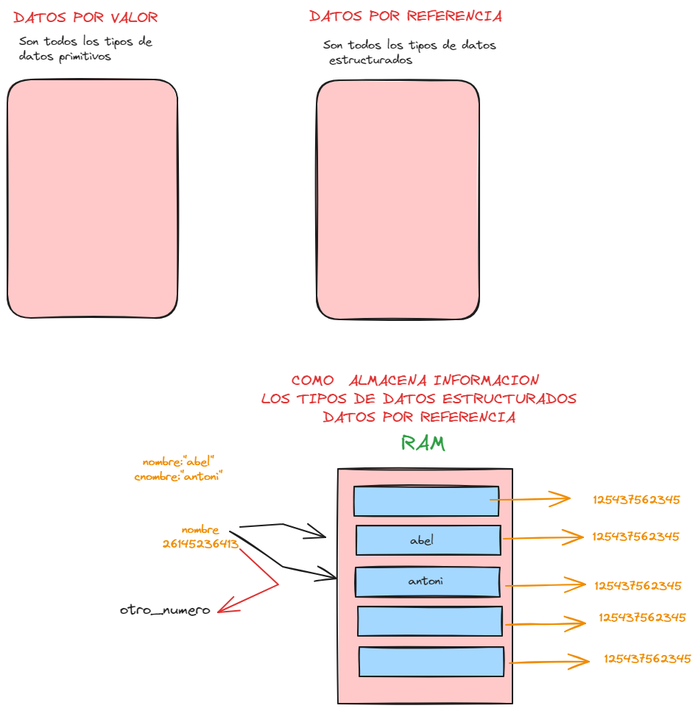
Earlier version of the Excalidraw export TIPOS_DATOS_ESTRUCTURADOS/.excalidraw.png (929275209/curso_python2). Source tidied: one line per element, renumbered; positions are measured from the earlier drawing's top-left corner, leaving out a move shared by most shapes.
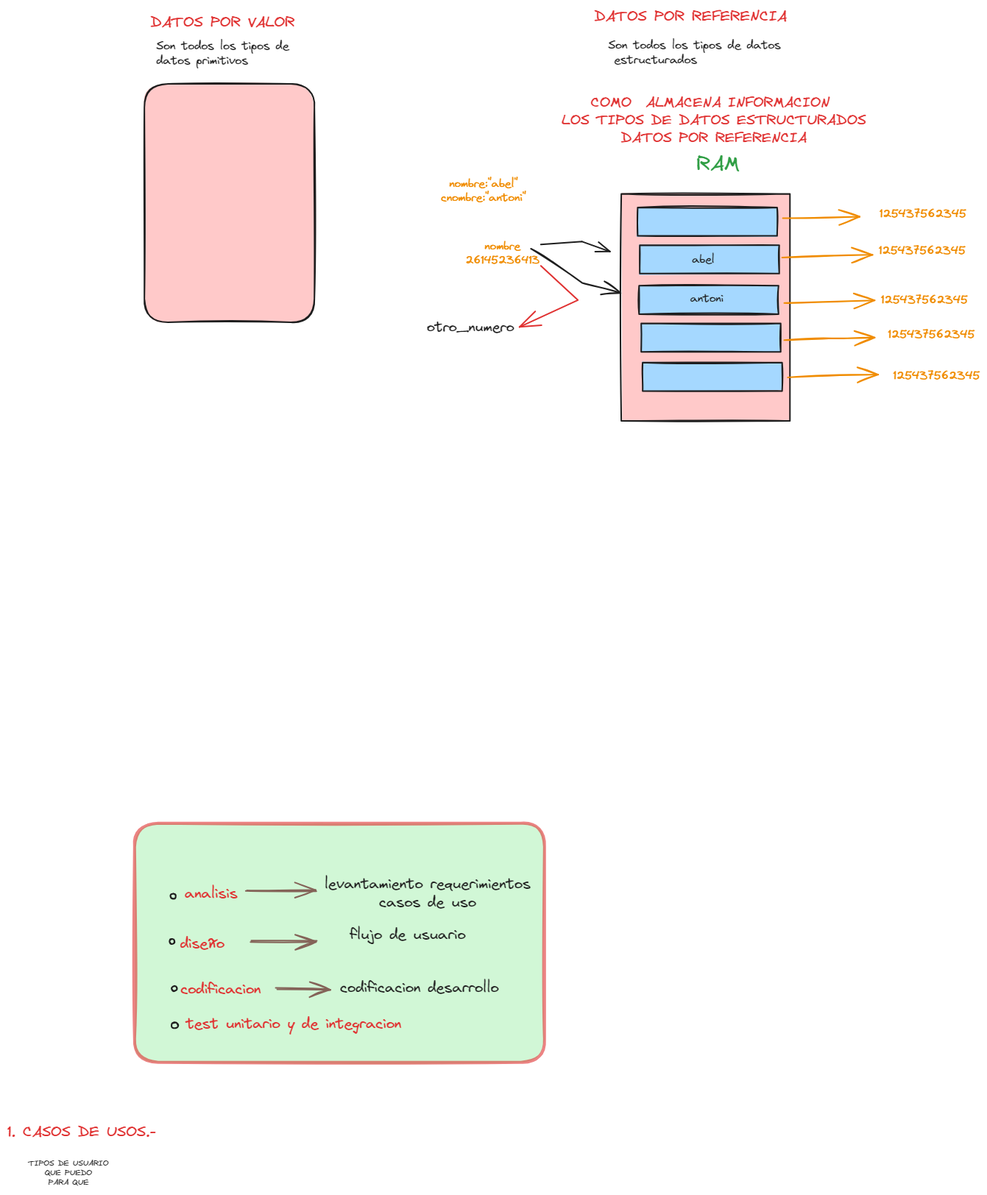
Later version of the same file.

What changed in the source:
```diff
@@ -1,32 +1,48 @@
+{"id": 32, "type": "rectangle", "strokeColor": "#e03131", "backgroundColor": "#b2f2bb", "fillStyle": "solid", "strokeWidth": 4, "roughness": 1, "opacity": 60, "round": true, "x": -263, "y": 1040, "width": 557, "height": 325}
-{"id": 0, "type": "text", "text": "DATOS POR VALOR", "strokeColor": "#e03131", "backgroundColor": "#ffc9c9", "fillStyle": "solid", "strokeWidth": 2, "roughness": 1, "fontSize": 20, "fontFamily": 1, "x": 8, "y": 2, "width": 196, "height": 25}
+{"id": 0, "type": "text", "text": "DATOS POR VALOR", "strokeColor": "#e03131", "backgroundColor": "#ffc9c9", "fillStyle": "solid", "strokeWidth": 2, "roughness": 1, "fontSize": 20, "fontFamily": 1, "x": -242, "y": -61, "width": 196, "height": 25}
-{"id": 1, "type": "text", "text": "DATOS POR REFERENCIA", "strokeColor": "#e03131", "backgroundColor": "#ffc9c9", "fillStyle": "solid", "strokeWidth": 2, "roughness": 1, "fontSize": 20, "fontFamily": 1, "x": 410, "y": 0, "width": 262, "height": 25}
+{"id": 1, "type": "text", "text": "DATOS POR REFERENCIA", "strokeColor": "#e03131", "backgroundColor": "#ffc9c9", "fillStyle": "solid", "strokeWidth": 2, "roughness": 1, "fontSize": 20, "fontFamily": 1, "x": 361, "y": -69, "width": 262, "height": 25}
-{"id": 2, "type": "rectangle", "strokeColor": "#1e1e1e", "backgroundColor": "#ffc9c9", "fillStyle": "solid", "strokeWidth": 2, "roughness": 1, "round": true, "x": 0, "y": 98, "width": 231, "height": 324}
+{"id": 2, "type": "rectangle", "strokeColor": "#1e1e1e", "backgroundColor": "#ffc9c9", "fillStyle": "solid", "strokeWidth": 2, "roughness": 1, "round": true, "x": -250, "y": 35, "width": 231, "height": 324}
-{"id": 3, "type": "rectangle", "strokeColor": "#1e1e1e", "backgroundColor": "#ffc9c9", "fillStyle": "solid", "strokeWidth": 2, "roughness": 1, "round": true, "x": 420, "y": 99, "width": 221, "height": 325}
-{"id": 4, "type": "text", "text": "Son todos los tipos de \ndatos primitivos", "strokeColor": "#1e1e1e", "backgroundColor": "#ffc9c9", "fillStyle": "solid", "strokeWidth": 2, "roughness": 1, "fontSize": 16, "fontFamily": 1, "x": 16, "y": 37, "width": 188, "height": 40}
+{"id": 4, "type": "text", "text": "Son todos los tipos de \ndatos primitivos", "strokeColor": "#1e1e1e", "backgroundColor": "#ffc9c9", "fillStyle": "solid", "strokeWidth": 2, "roughness": 1, "fontSize": 16, "fontFamily": 1, "x": -234, "y": -26, "width": 188, "height": 40}
-{"id": 5, "type": "text", "text": "Son todos los tipos de datos\n estructurados", "strokeColor": "#1e1e1e", "backgroundColor": "#ffc9c9", "fillStyle": "solid", "strokeWidth": 2, "roughness": 1, "fontSize": 16, "fontFamily": 1, "x": 429, "y": 42, "width": 235, "height": 40}
+{"id": 5, "type": "text", "text": "Son todos los tipos de datos\n estructurados", "strokeColor": "#1e1e1e", "backgroundColor": "#ffc9c9", "fillStyle": "solid", "strokeWidth": 2, "roughness": 1, "fontSize": 16, "fontFamily": 1, "x": 380, "y": -27, "width": 235, "height": 40}
-{"id": 6, "type": "rectangle", "strokeColor": "#1e1e1e", "backgroundColor": "#ffc9c9", "fillStyle": "solid", "strokeWidth": 2, "roughness": 1, "x": 449, "y": 627, "width": 237, "height": 319}
+{"id": 6, "type": "rectangle", "strokeColor": "#1e1e1e", "backgroundColor": "#ffc9c9", "fillStyle": "solid", "strokeWidth": 2, "roughness": 1, "x": 398, "y": 185, "width": 229, "height": 308}
-{"id": 7, "type": "rectangle", "strokeColor": "#1e1e1e", "backgroundColor": "#a5d8ff", "fillStyle": "solid", "strokeWidth": 2, "roughness": 1, "x": 471, "y": 651, "width": 196, "height": 40}
+{"id": 7, "type": "rectangle", "strokeColor": "#1e1e1e", "backgroundColor": "#a5d8ff", "fillStyle": "solid", "strokeWidth": 2, "roughness": 1, "x": 420, "y": 203, "width": 190, "height": 39}
-{"id": 8, "type": "rectangle", "strokeColor": "#1e1e1e", "backgroundColor": "#a5d8ff", "fillStyle": "solid", "strokeWidth": 2, "roughness": 1, "x": 478, "y": 869, "width": 196, "height": 40}
+{"id": 8, "type": "rectangle", "strokeColor": "#1e1e1e", "backgroundColor": "#a5d8ff", "fillStyle": "solid", "strokeWidth": 2, "roughness": 1, "x": 427, "y": 414, "width": 190, "height": 39}
-{"id": 9, "type": "rectangle", "strokeColor": "#1e1e1e", "backgroundColor": "#a5d8ff", "fillStyle": "solid", "strokeWidth": 2, "roughness": 1, "x": 476, "y": 814, "width": 196, "height": 40}
+{"id": 9, "type": "rectangle", "strokeColor": "#1e1e1e", "backgroundColor": "#a5d8ff", "fillStyle": "solid", "strokeWidth": 2, "roughness": 1, "x": 425, "y": 361, "width": 190, "height": 39}
-{"id": 10, "type": "rectangle", "strokeColor": "#1e1e1e", "backgroundColor": "#a5d8ff", "fillStyle": "solid", "strokeWidth": 2, "roughness": 1, "x": 473, "y": 761, "width": 196, "height": 40}
+{"id": 10, "type": "rectangle", "strokeColor": "#1e1e1e", "backgroundColor": "#a5d8ff", "fillStyle": "solid", "strokeWidth": 2, "roughness": 1, "x": 422, "y": 309, "width": 190, "height": 39}
-{"id": 11, "type": "rectangle", "strokeColor": "#1e1e1e", "backgroundColor": "#a5d8ff", "fillStyle": "solid", "strokeWidth": 2, "roughness": 1, "x": 474, "y": 704, "width": 196, "height": 40}
+{"id": 11, "type": "rectangle", "strokeColor": "#1e1e1e", "backgroundColor": "#a5d8ff", "fillStyle": "solid", "strokeWidth": 2, "roughness": 1, "x": 423, "y": 254, "width": 190, "height": 39}
-{"id": 12, "type": "text", "text": "RAM", "strokeColor": "#2f9e44", "backgroundColor": "#a5d8ff", "fillStyle": "solid", "strokeWidth": 2, "roughness": 1, "fontSize": 28.8, "fontFamily": 1, "x": 535, "y": 576, "width": 60, "height": 36}
+{"id": 12, "type": "text", "text": "RAM", "strokeColor": "#2f9e44", "backgroundColor": "#a5d8ff", "fillStyle": "solid", "strokeWidth": 2, "roughness": 1, "fontSize": 27.85, "fontFamily": 1, "x": 500, "y": 128, "width": 58, "height": 35}
-{"id": 13, "type": "arrow", "strokeColor": "#f08c00", "backgroundColor": "#a5d8ff", "fillStyle": "solid", "strokeWidth": 2, "roughness": 1, "endArrowhead": "arrow", "x": 656, "y": 669, "width": 108, "height": 2, "points": [[0, 0], [108, -2]]}
+{"id": 13, "type": "arrow", "strokeColor": "#f08c00", "backgroundColor": "#a5d8ff", "fillStyle": "solid", "strokeWidth": 2, "roughness": 1, "endArrowhead": "arrow", "from": 7, "x": 617, "y": 217, "width": 104, "height": 2, "points": [[0, 0], [104, -2]]}
-{"id": 14, "type": "arrow", "strokeColor": "#f08c00", "backgroundColor": "#a5d8ff", "fillStyle": "solid", "strokeWidth": 2, "roughness": 1, "endArrowhead": "arrow", "from": 8, "x": 682, "y": 891, "width": 108, "height": 2, "points": [[0, 0], [108, -2]]}
+{"id": 14, "type": "arrow", "strokeColor": "#f08c00", "backgroundColor": "#a5d8ff", "fillStyle": "solid", "strokeWidth": 2, "roughness": 1, "endArrowhead": "arrow", "from": 8, "x": 624, "y": 434, "width": 123, "height": 4, "points": [[0, 0], [123, -4]]}
-{"id": 15, "type": "arrow", "strokeColor": "#f08c00", "backgroundColor": "#a5d8ff", "fillStyle": "solid", "strokeWidth": 2, "roughness": 1, "endArrowhead": "arrow", "from": 11, "to": 22, "x": 674, "y": 722, "width": 108, "height": 2, "points": [[0, 0], [108, -2]]}
+{"id": 15, "type": "arrow", "strokeColor": "#f08c00", "backgroundColor": "#a5d8ff", "fillStyle": "solid", "strokeWidth": 2, "roughness": 1, "endArrowhead": "arrow", "from": 11, "to": 22, "x": 616, "y": 271, "width": 123, "height": 4, "points": [[0, 0], [123, -4]]}
-{"id": 16, "type": "arrow", "strokeColor": "#f08c00", "backgroundColor": "#a5d8ff", "fillStyle": "solid", "strokeWidth": 2, "roughness": 1, "endArrowhead": "arrow", "from": 10, "to": 21, "x": 677, "y": 786, "width": 108, "height": 2, "points": [[0, 0], [108, -2]]}
+{"id": 16, "type": "arrow", "strokeColor": "#f08c00", "backgroundColor": "#a5d8ff", "fillStyle": "solid", "strokeWidth": 2, "roughness": 1, "endArrowhead": "arrow", "from": 10, "to": 21, "x": 619, "y": 333, "width": 123, "height": 4, "points": [[0, 0], [123, -4]]}
-{"id": 17, "type": "arrow", "strokeColor": "#f08c00", "backgroundColor": "#a5d8ff", "fillStyle": "solid", "strokeWidth": 2, "roughness": 1, "endArrowhead": "arrow", "from": 9, "x": 677, "y": 839, "width": 108, "height": 2, "points": [[0, 0], [48, -1], [108, -2]]}
+{"id": 17, "type": "arrow", "strokeColor": "#f08c00", "backgroundColor": "#a5d8ff", "fillStyle": "solid", "strokeWidth": 2, "roughness": 1, "endArrowhead": "arrow", "from": 9, "x": 619, "y": 383, "width": 123, "height": 4, "points": [[0, 0], [65, -2], [123, -4]]}
-{"id": 18, "type": "text", "text": "125437562345", "strokeColor": "#f08c00", "backgroundColor": "#a5d8ff", "fillStyle": "solid", "strokeWidth": 2, "roughness": 1, "fontSize": 16, "fontFamily": 1, "x": 796, "y": 660, "width": 118, "height": 20}
+{"id": 18, "type": "text", "text": "125437562345", "strokeColor": "#f08c00", "backgroundColor": "#a5d8ff", "fillStyle": "solid", "strokeWidth": 2, "roughness": 1, "fontSize": 16, "fontFamily": 1, "x": 749, "y": 202, "width": 118, "height": 20}
-{"id": 19, "type": "text", "text": "125437562345", "strokeColor": "#f08c00", "backgroundColor": "#a5d8ff", "fillStyle": "solid", "strokeWidth": 2, "roughness": 1, "fontSize": 16, "fontFamily": 1, "x": 811, "y": 876, "width": 118, "height": 20}
+{"id": 19, "type": "text", "text": "125437562345", "strokeColor": "#f08c00", "backgroundColor": "#a5d8ff", "fillStyle": "solid", "strokeWidth": 2, "roughness": 1, "fontSize": 16, "fontFamily": 1, "x": 767, "y": 422, "width": 118, "height": 20}
-{"id": 20, "type": "text", "text": "125437562345", "strokeColor": "#f08c00", "backgroundColor": "#a5d8ff", "fillStyle": "solid", "strokeWidth": 2, "roughness": 1, "fontSize": 16, "fontFamily": 1, "x": 804, "y": 820, "width": 118, "height": 20}
+{"id": 20, "type": "text", "text": "125437562345", "strokeColor": "#f08c00", "backgroundColor": "#a5d8ff", "fillStyle": "solid", "strokeWidth": 2, "roughness": 1, "fontSize": 16, "fontFamily": 1, "x": 760, "y": 366, "width": 118, "height": 20}
-{"id": 21, "type": "text", "text": "125437562345", "strokeColor": "#f08c00", "backgroundColor": "#a5d8ff", "fillStyle": "solid", "strokeWidth": 2, "roughness": 1, "fontSize": 16, "fontFamily": 1, "x": 798, "y": 777, "width": 118, "height": 20}
+{"id": 21, "type": "text", "text": "125437562345", "strokeColor": "#f08c00", "backgroundColor": "#a5d8ff", "fillStyle": "solid", "strokeWidth": 2, "roughness": 1, "fontSize": 16, "fontFamily": 1, "x": 751, "y": 319, "width": 118, "height": 20}
-{"id": 22, "type": "text", "text": "125437562345", "strokeColor": "#f08c00", "backgroundColor": "#a5d8ff", "fillStyle": "solid", "strokeWidth": 2, "roughness": 1, "fontSize": 16, "fontFamily": 1, "x": 795, "y": 710, "width": 118, "height": 20}
+{"id": 22, "type": "text", "text": "125437562345", "strokeColor": "#f08c00", "backgroundColor": "#a5d8ff", "fillStyle": "solid", "strokeWidth": 2, "roughness": 1, "fontSize": 16, "fontFamily": 1, "x": 748, "y": 252, "width": 118, "height": 20}
-{"id": 23, "type": "text", "text": "nombre:\"abel\"\ncnombre:\"antoni\"", "strokeColor": "#f08c00", "backgroundColor": "#a5d8ff", "fillStyle": "solid", "strokeWidth": 2, "roughness": 1, "fontSize": 16, "fontFamily": 1, "textAlign": "center", "x": 172, "y": 608, "width": 120, "height": 40}
+{"id": 23, "type": "text", "text": "nombre:\"abel\"\ncnombre:\"antoni\"", "strokeColor": "#f08c00", "backgroundColor": "#a5d8ff", "fillStyle": "solid", "strokeWidth": 2, "roughness": 1, "fontSize": 15.47, "fontFamily": 1, "textAlign": "center", "x": 153, "y": 162, "width": 116, "height": 39}
-{"id": 24, "type": "text", "text": "nombre\n26145236413", "strokeColor": "#f08c00", "backgroundColor": "#a5d8ff", "fillStyle": "solid", "strokeWidth": 2, "roughness": 1, "fontSize": 16, "fontFamily": 1, "textAlign": "center", "x": 210, "y": 700, "width": 104, "height": 40}
+{"id": 24, "type": "text", "text": "nombre\n26145236413", "strokeColor": "#f08c00", "backgroundColor": "#a5d8ff", "fillStyle": "solid", "strokeWidth": 2, "roughness": 1, "fontSize": 15.47, "fontFamily": 1, "textAlign": "center", "x": 186, "y": 247, "width": 101, "height": 39}
-{"id": 25, "type": "text", "text": "abel", "strokeColor": "#1e1e1e", "backgroundColor": "#a5d8ff", "fillStyle": "solid", "strokeWidth": 2, "roughness": 1, "fontSize": 16, "fontFamily": 1, "textAlign": "center", "x": 547, "y": 715, "width": 32, "height": 20}
+{"id": 25, "type": "text", "text": "abel", "strokeColor": "#1e1e1e", "backgroundColor": "#a5d8ff", "fillStyle": "solid", "strokeWidth": 2, "roughness": 1, "fontSize": 15.47, "fontFamily": 1, "textAlign": "center", "x": 494, "y": 265, "width": 31, "height": 19}
-{"id": 26, "type": "text", "text": "antoni", "strokeColor": "#1e1e1e", "backgroundColor": "#a5d8ff", "fillStyle": "solid", "strokeWidth": 2, "roughness": 1, "fontSize": 16, "fontFamily": 1, "textAlign": "center", "x": 544, "y": 770, "width": 47, "height": 20}
+{"id": 26, "type": "text", "text": "antoni", "strokeColor": "#1e1e1e", "backgroundColor": "#a5d8ff", "fillStyle": "solid", "strokeWidth": 2, "roughness": 1, "fontSize": 15.47, "fontFamily": 1, "textAlign": "center", "x": 491, "y": 318, "width": 45, "height": 19}
-{"id": 27, "type": "arrow", "strokeColor": "#1e1e1e", "backgroundColor": "#a5d8ff", "fillStyle": "solid", "strokeWidth": 2, "roughness": 1, "endArrowhead": "arrow", "to": 6, "x": 302, "y": 712, "width": 145, "height": 64, "points": [[0, 0], [72, 48], [145, 64]]}
+{"id": 27, "type": "arrow", "strokeColor": "#1e1e1e", "backgroundColor": "#a5d8ff", "fillStyle": "solid", "strokeWidth": 2, "roughness": 1, "endArrowhead": "arrow", "to": 6, "x": 275, "y": 259, "width": 122, "height": 60, "points": [[0, 0], [70, 46], [122, 60]]}
-{"id": 28, "type": "arrow", "strokeColor": "#1e1e1e", "backgroundColor": "#a5d8ff", "fillStyle": "solid", "strokeWidth": 2, "roughness": 0, "endArrowhead": "arrow", "from": 24, "to": 6, "x": 316, "y": 706, "width": 116, "height": 18, "points": [[0, 0], [58, -4], [116, 14]]}
+{"id": 28, "type": "arrow", "strokeColor": "#1e1e1e", "backgroundColor": "#a5d8ff", "fillStyle": "solid", "strokeWidth": 2, "roughness": 0, "endArrowhead": "arrow", "from": 24, "to": 6, "x": 289, "y": 253, "width": 94, "height": 13, "points": [[0, 0], [56, -4], [94, 10]]}
-{"id": 29, "type": "arrow", "strokeColor": "#e03131", "backgroundColor": "#a5d8ff", "fillStyle": "solid", "strokeWidth": 2, "roughness": 0, "endArrowhead": "arrow", "from": 24, "to": 30, "x": 316, "y": 736, "width": 82, "height": 86, "points": [[0, 0], [52, 48], [-30, 86]]}
+{"id": 29, "type": "arrow", "strokeColor": "#e03131", "backgroundColor": "#a5d8ff", "fillStyle": "solid", "strokeWidth": 2, "roughness": 0, "endArrowhead": "arrow", "from": 24, "to": 30, "x": 289, "y": 282, "width": 79, "height": 83, "points": [[0, 0], [50, 47], [-29, 83]]}
-{"id": 30, "type": "text", "text": "otro_numero", "strokeColor": "#1e1e1e", "backgroundColor": "#a5d8ff", "fillStyle": "solid", "strokeWidth": 2, "roughness": 0, "fontSize": 20, "fontFamily": 1, "textAlign": "center", "x": 153, "y": 806, "width": 123, "height": 25}
+{"id": 30, "type": "text", "text": "otro_numero", "strokeColor": "#1e1e1e", "backgroundColor": "#a5d8ff", "fillStyle": "solid", "strokeWidth": 2, "roughness": 0, "fontSize": 19.34, "fontFamily": 1, "textAlign": "center", "x": 134, "y": 354, "width": 118, "height": 24}
-{"id": 31, "type": "text", "text": "COMO  ALMACENA INFORMACION \nLOS TIPOS DE DATOS ESTRUCTURADOS\nDATOS POR REFERENCIA", "strokeColor": "#e03131", "backgroundColor": "#a5d8ff", "fillStyle": "solid", "strokeWidth": 2, "roughness": 0, "fontSize": 20, "fontFamily": 1, "textAlign": "center", "x": 345, "y": 495, "width": 428, "height": 75}
+{"id": 31, "type": "text", "text": "COMO  ALMACENA INFORMACION \nLOS TIPOS DE DATOS ESTRUCTURADOS\nDATOS POR REFERENCIA", "strokeColor": "#e03131", "backgroundColor": "#a5d8ff", "fillStyle": "solid", "strokeWidth": 2, "roughness": 0, "fontSize": 19.34, "fontFamily": 1, "textAlign": "center", "x": 317, "y": 49, "width": 414, "height": 73}
+{"id": 33, "type": "text", "text": "analisis", "strokeColor": "#e03131", "strokeWidth": 2, "roughness": 1, "fontSize": 20, "fontFamily": 1, "x": -195, "y": 1122, "width": 72, "height": 25}
+{"id": 34, "type": "arrow", "strokeColor": "#846358", "strokeWidth": 2, "roughness": 1, "endArrowhead": "arrow", "round": true, "from": 33, "to": 35, "x": -111, "y": 1131, "width": 95, "height": 1, "points": [[0, 0], [95, 1]]}
+{"id": 35, "type": "text", "text": "levantamiento requerimientos\ncasos de uso", "strokeColor": "#1e1e1e", "strokeWidth": 2, "roughness": 1, "fontSize": 20, "fontFamily": 1, "textAlign": "center", "x": -5, "y": 1110, "width": 280, "height": 50}
+{"id": 36, "type": "text", "text": "diseño", "strokeColor": "#e03131", "strokeWidth": 2, "roughness": 1, "fontSize": 20, "fontFamily": 1, "textAlign": "center", "x": -201, "y": 1190, "width": 60, "height": 25}
+{"id": 37, "type": "arrow", "strokeColor": "#846358", "strokeWidth": 2, "roughness": 1, "endArrowhead": "arrow", "round": true, "x": -105, "y": 1200, "width": 90, "height": 1, "points": [[0, 0], [90, -1]]}
+{"id": 38, "type": "text", "text": "flujo de usuario", "strokeColor": "#1e1e1e", "strokeWidth": 2, "roughness": 1, "fontSize": 20, "fontFamily": 1, "textAlign": "center", "x": 29, "y": 1178, "width": 157, "height": 25}
+{"id": 39, "type": "text", "text": "codificacion", "strokeColor": "#e03131", "strokeWidth": 2, "roughness": 1, "fontSize": 20, "fontFamily": 1, "textAlign": "center", "x": -201, "y": 1252, "width": 109, "height": 25}
+{"id": 40, "type": "arrow", "strokeColor": "#846358", "strokeWidth": 2, "roughness": 1, "endArrowhead": "arrow", "round": true, "to": 41, "x": -71, "y": 1264, "width": 73, "height": 1, "points": [[0, 0], [73, 1]]}
+{"id": 41, "type": "text", "text": "codificacion desarrollo", "strokeColor": "#1e1e1e", "strokeWidth": 2, "roughness": 1, "fontSize": 20, "fontFamily": 1, "textAlign": "center", "x": 16, "y": 1250, "width": 216, "height": 25}
+{"id": 42, "type": "ellipse", "strokeColor": "#1e1e1e", "strokeWidth": 2, "roughness": 1, "round": true, "x": -214, "y": 1136, "width": 7, "height": 7}
+{"id": 43, "type": "ellipse", "strokeColor": "#1e1e1e", "strokeWidth": 2, "roughness": 1, "round": true, "x": -213, "y": 1261, "width": 7, "height": 7}
+{"id": 44, "type": "ellipse", "strokeColor": "#1e1e1e", "strokeWidth": 2, "roughness": 1, "round": true, "x": -216, "y": 1197, "width": 7, "height": 7}
+{"id": 45, "type": "text", "text": "test unitario y de integracion", "strokeColor": "#e03131", "strokeWidth": 2, "roughness": 1, "fontSize": 20, "fontFamily": 1, "textAlign": "center", "x": -194, "y": 1300, "width": 293, "height": 25}
+{"id": 46, "type": "ellipse", "strokeColor": "#1e1e1e", "strokeWidth": 2, "roughness": 1, "round": true, "x": -213, "y": 1310, "width": 9, "height": 8}
+{"id": 47, "type": "text", "text": "1. CASOS DE USOS.-", "strokeColor": "#e03131", "strokeWidth": 4, "roughness": 1, "fontSize": 20, "fontFamily": 1, "textAlign": "center", "x": -436, "y": 1446, "width": 202, "height": 25}
+{"id": 48, "type": "text", "text": "TIPOS DE USUARIO\nQUE PUEDO\nPARA QUE", "strokeColor": "#1e1e1e", "strokeWidth": 4, "roughness": 1, "fontSize": 10.44, "fontFamily": 1, "textAlign": "center", "x": -408, "y": 1496, "width": 109, "height": 39}
```
